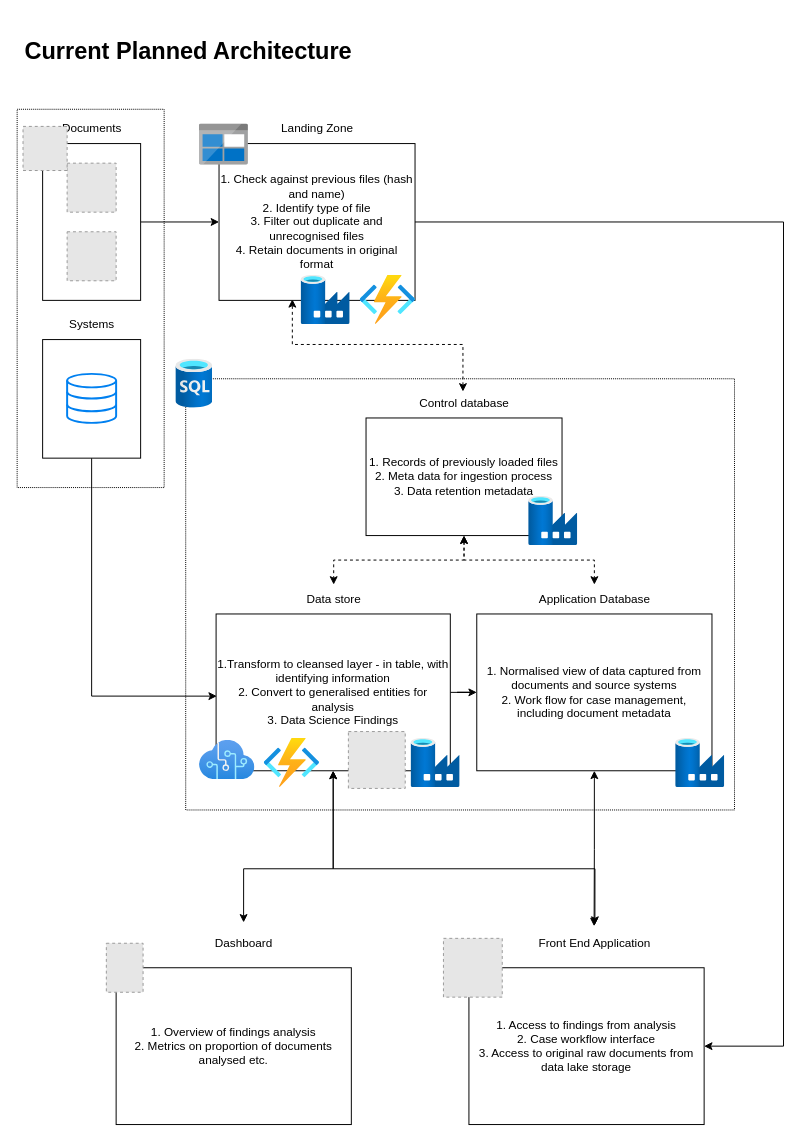
Before: page "Existing" (1 of 3) of Untitled Diagram.drawio in oliver-wolffe/diagrams, a draw.io diagram. Source tidied: cells renumbered, new cells numbered last; positions are measured from the earlier drawing's top-left corner, leaving out a move shared by most shapes. Both pictures are drawn from the tidied source at 98%, with x=0, y=0 at pixel (17, 17). Pictures stored in the file or linked from it are replaced by grey dashed boxes.
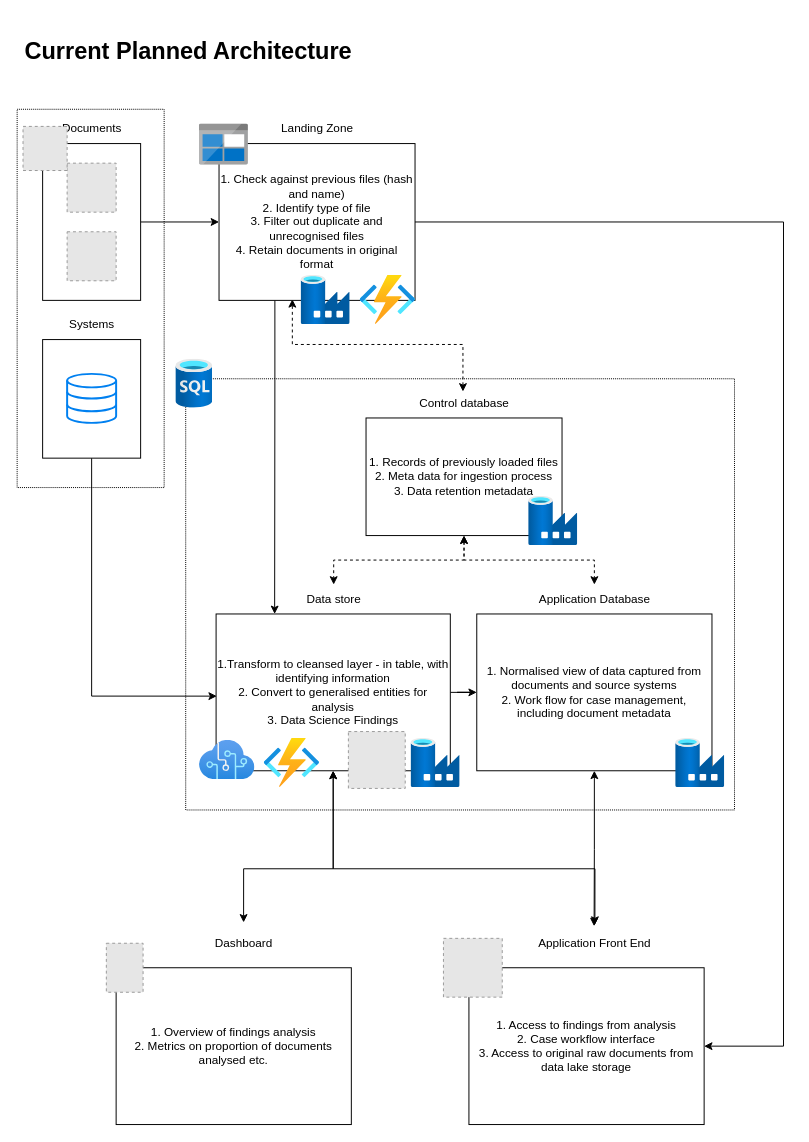
Above is the later version.

Unchanged cells that the change refers to:
```xml
<mxCell id="16" value="1. Check against previous files (hash and name)&lt;br&gt;2. Identify type of file&lt;br&gt;3. Filter out duplicate and unrecognised files&lt;br&gt;4. Retain documents in original format" style="rounded=0;whiteSpace=wrap;html=1;" parent="1" vertex="1">
  <mxGeometry x="206" y="129" width="200" height="160" as="geometry" />
</mxCell>
<mxCell id="23" value="1.Transform to cleansed layer - in table, with identifying information&lt;br&gt;2. Convert to generalised entities for analysis&lt;br&gt;3. Data Science Findings" style="rounded=0;whiteSpace=wrap;html=1;" parent="1" vertex="1">
  <mxGeometry x="203" y="609" width="239" height="160" as="geometry" />
</mxCell>
```

What changed in the source:
```diff
@@
+    <mxCell id="47" style="edgeStyle=orthogonalEdgeStyle;rounded=0;jettySize=auto;html=1;entryX=0.25;entryY=0;entryDx=0;entryDy=0;" parent="1" edge="1" source="16" target="23">
+      <mxGeometry relative="1" as="geometry">
+        <Array as="points">
+          <mxPoint x="263" y="370" />
+          <mxPoint x="263" y="370" />
+        </Array>
+      </mxGeometry>
+    </mxCell>
@@
-    <mxCell id="34" value="Front End Application" style="text;html=1;align=center;verticalAlign=middle;points=[];strokeColor=none;fillColor=none;" parent="1" vertex="1">
+    <mxCell id="34" value="Application Front End" style="text;html=1;align=center;verticalAlign=middle;points=[];strokeColor=none;fillColor=none;" parent="1" vertex="1">
       <mxGeometry x="519" y="930" width="140" height="30" as="geometry" />
     </mxCell>
```
